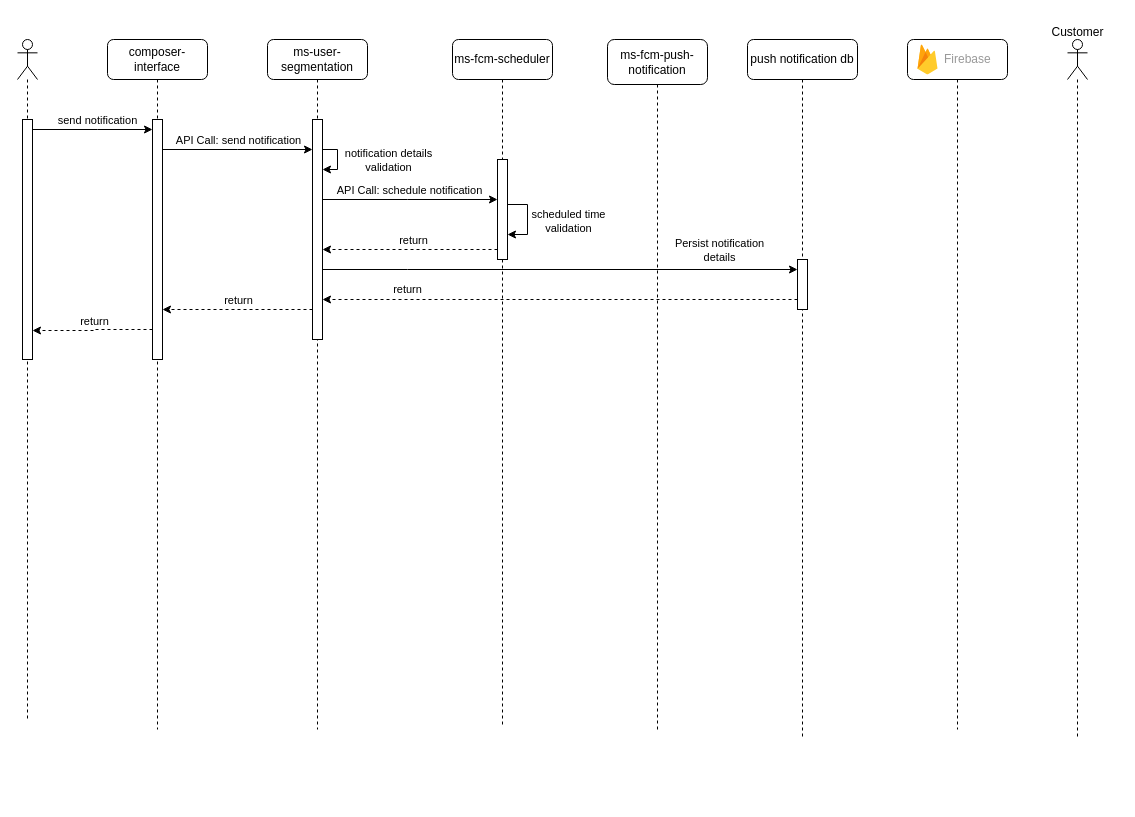
Earlier version of the draw.io diagram page "send notification" (3 of 7) of Untitled Diagram.drawio (Mwangimburu/drawings). Source tidied: cells renumbered, new cells numbered last; positions are measured from the earlier drawing's top-left corner, leaving out a move shared by most shapes. Both pictures are drawn from the tidied source at 100%, with x=0, y=0 at pixel (17, 17).
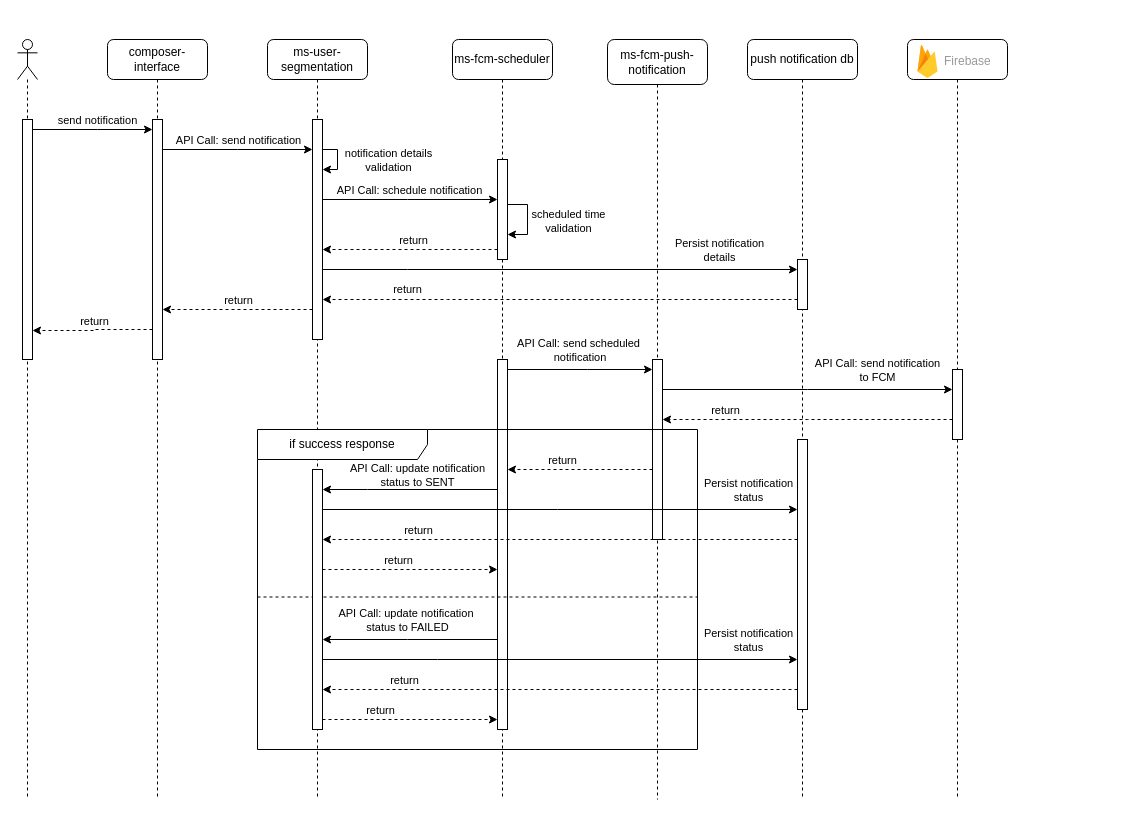
Above is the later version.

The edit, as a diff of the source:
```diff
@@
     <mxCell id="2" value="ms-user-segmentation" style="shape=umlLifeline;perimeter=lifelinePerimeter;whiteSpace=wrap;html=1;newEdgeStyle={&quot;edgeStyle&quot;:&quot;elbowEdgeStyle&quot;,&quot;elbow&quot;:&quot;vertical&quot;,&quot;curved&quot;:0,&quot;rounded&quot;:0};rounded=1;" parent="1" vertex="1">
-      <mxGeometry x="250" y="22" width="100" height="690" as="geometry" />
+      <mxGeometry x="250" y="22" width="100" height="760" as="geometry" />
     </mxCell>
@@
     <mxCell id="6" value="ms-fcm-scheduler" style="shape=umlLifeline;perimeter=lifelinePerimeter;whiteSpace=wrap;html=1;newEdgeStyle={&quot;edgeStyle&quot;:&quot;elbowEdgeStyle&quot;,&quot;elbow&quot;:&quot;vertical&quot;,&quot;curved&quot;:0,&quot;rounded&quot;:0};rounded=1;" parent="1" vertex="1">
-      <mxGeometry x="435" y="22" width="100" height="685" as="geometry" />
+      <mxGeometry x="435" y="22" width="100" height="760" as="geometry" />
     </mxCell>
@@
+    <mxCell id="38" style="html=1;points=[[0,0,0,0,5],[0,1,0,0,-5],[1,0,0,0,5],[1,1,0,0,-5]];perimeter=orthogonalPerimeter;outlineConnect=0;targetShapes=umlLifeline;portConstraint=eastwest;newEdgeStyle={&quot;curved&quot;:0,&quot;rounded&quot;:0};" parent="6" vertex="1">
+      <mxGeometry x="45" y="320" width="10" height="370" as="geometry" />
+    </mxCell>
     <mxCell id="10" value="ms-fcm-push-notification" style="shape=umlLifeline;perimeter=lifelinePerimeter;whiteSpace=wrap;html=1;newEdgeStyle={&quot;edgeStyle&quot;:&quot;elbowEdgeStyle&quot;,&quot;elbow&quot;:&quot;vertical&quot;,&quot;curved&quot;:0,&quot;rounded&quot;:0};rounded=1;size=45;" parent="1" vertex="1">
-      <mxGeometry x="590" y="22" width="100" height="690" as="geometry" />
+      <mxGeometry x="590" y="22" width="100" height="760" as="geometry" />
     </mxCell>
+    <mxCell id="39" style="html=1;points=[[0,0,0,0,5],[0,1,0,0,-5],[1,0,0,0,5],[1,1,0,0,-5]];perimeter=orthogonalPerimeter;outlineConnect=0;targetShapes=umlLifeline;portConstraint=eastwest;newEdgeStyle={&quot;curved&quot;:0,&quot;rounded&quot;:0};" parent="10" vertex="1">
+      <mxGeometry x="45" y="320" width="10" height="180" as="geometry" />
+    </mxCell>
     <mxCell id="11" value="push notification db" style="shape=umlLifeline;perimeter=lifelinePerimeter;whiteSpace=wrap;html=1;newEdgeStyle={&quot;edgeStyle&quot;:&quot;elbowEdgeStyle&quot;,&quot;elbow&quot;:&quot;vertical&quot;,&quot;curved&quot;:0,&quot;rounded&quot;:0};rounded=1;" parent="1" vertex="1">
-      <mxGeometry x="730" y="22" width="110" height="700" as="geometry" />
+      <mxGeometry x="730" y="22" width="110" height="760" as="geometry" />
     </mxCell>
@@
+    <mxCell id="40" style="html=1;points=[[0,0,0,0,5],[0,1,0,0,-5],[1,0,0,0,5],[1,1,0,0,-5]];perimeter=orthogonalPerimeter;outlineConnect=0;targetShapes=umlLifeline;portConstraint=eastwest;newEdgeStyle={&quot;curved&quot;:0,&quot;rounded&quot;:0};" parent="11" vertex="1">
+      <mxGeometry x="50" y="400" width="10" height="270" as="geometry" />
+    </mxCell>
     <mxCell id="13" value="composer-interface" style="shape=umlLifeline;perimeter=lifelinePerimeter;whiteSpace=wrap;html=1;newEdgeStyle={&quot;edgeStyle&quot;:&quot;elbowEdgeStyle&quot;,&quot;elbow&quot;:&quot;vertical&quot;,&quot;curved&quot;:0,&quot;rounded&quot;:0};rounded=1;" parent="1" vertex="1">
-      <mxGeometry x="90" y="22" width="100" height="690" as="geometry" />
+      <mxGeometry x="90" y="22" width="100" height="760" as="geometry" />
     </mxCell>
@@
-    <mxCell id="15" style="shape=umlLifeline;perimeter=lifelinePerimeter;whiteSpace=wrap;html=1;newEdgeStyle={&quot;edgeStyle&quot;:&quot;elbowEdgeStyle&quot;,&quot;elbow&quot;:&quot;vertical&quot;,&quot;curved&quot;:0,&quot;rounded&quot;:0};participant=umlActor;" parent="1" vertex="1">
-      <mxGeometry x="1050" y="22" width="20" height="700" as="geometry" />
-    </mxCell>
-    <mxCell id="16" value="Customer" style="text;html=1;align=center;verticalAlign=middle;strokeColor=none;fillColor=none;" parent="1" vertex="1">
-      <mxGeometry x="1020" width="80" height="30" as="geometry" />
-    </mxCell>
     <mxCell id="17" style="group;rounded=1;" parent="1" vertex="1">
-      <mxGeometry x="890" y="22" width="100" height="690" as="geometry" />
+      <mxGeometry x="890" y="22" width="100" height="760" as="geometry" />
     </mxCell>
     <mxCell id="18" style="shape=umlLifeline;perimeter=lifelinePerimeter;whiteSpace=wrap;html=1;newEdgeStyle={&quot;edgeStyle&quot;:&quot;elbowEdgeStyle&quot;,&quot;elbow&quot;:&quot;vertical&quot;,&quot;curved&quot;:0,&quot;rounded&quot;:0};rounded=1;" parent="17" vertex="1">
-      <mxGeometry width="100" height="690" as="geometry" />
+      <mxGeometry width="100" height="760" as="geometry" />
     </mxCell>
     <mxCell id="19" value="Firebase" style="sketch=0;dashed=0;html=1;fillColor=#5184F3;strokeColor=none;shape=mxgraph.gcp2.firebase;labelPosition=right;verticalLabelPosition=middle;align=left;verticalAlign=middle;spacingLeft=5;fontColor=#999999;fontSize=12;" parent="17" vertex="1">
-      <mxGeometry x="10" y="5" width="20" height="30" as="geometry" />
+      <mxGeometry x="10" y="5.5" width="20" height="33" as="geometry" />
     </mxCell>
+    <mxCell id="41" style="html=1;points=[[0,0,0,0,5],[0,1,0,0,-5],[1,0,0,0,5],[1,1,0,0,-5]];perimeter=orthogonalPerimeter;outlineConnect=0;targetShapes=umlLifeline;portConstraint=eastwest;newEdgeStyle={&quot;curved&quot;:0,&quot;rounded&quot;:0};" parent="17" vertex="1">
+      <mxGeometry x="45" y="330" width="10" height="70" as="geometry" />
+    </mxCell>
     <mxCell id="20" style="shape=umlLifeline;perimeter=lifelinePerimeter;whiteSpace=wrap;html=1;newEdgeStyle={&quot;curved&quot;:0,&quot;rounded&quot;:0};participant=umlActor;" parent="1" vertex="1">
-      <mxGeometry y="22" width="20" height="680" as="geometry" />
+      <mxGeometry y="22" width="20" height="760" as="geometry" />
     </mxCell>
@@
+    <mxCell id="42" style="edgeStyle=orthogonalEdgeStyle;rounded=0;jettySize=auto;html=1;curved=0;" parent="1" edge="1" source="38" target="39">
+      <mxGeometry relative="1" as="geometry">
+        <Array as="points">
+          <mxPoint x="570" y="352" />
+          <mxPoint x="570" y="352" />
+        </Array>
+      </mxGeometry>
+    </mxCell>
+    <mxCell id="43" value="API Call: send scheduled&lt;br&gt;&amp;nbsp;notification" style="edgeLabel;html=1;align=center;verticalAlign=middle;" parent="42" vertex="1">
+      <mxGeometry x="-0.59" y="3" relative="1" as="geometry">
+        <mxPoint x="40" y="-17" as="offset" />
+      </mxGeometry>
+    </mxCell>
+    <mxCell id="44" style="edgeStyle=orthogonalEdgeStyle;rounded=0;jettySize=auto;html=1;curved=0;" parent="1" edge="1" source="39" target="41">
+      <mxGeometry relative="1" as="geometry">
+        <Array as="points">
+          <mxPoint x="790" y="372" />
+          <mxPoint x="790" y="372" />
+        </Array>
+      </mxGeometry>
+    </mxCell>
+    <mxCell id="45" value="API Call: send notification&lt;br&gt;to FCM" style="edgeLabel;html=1;align=center;verticalAlign=middle;" parent="44" vertex="1">
+      <mxGeometry x="0.23" y="2" relative="1" as="geometry">
+        <mxPoint x="36" y="-18" as="offset" />
+      </mxGeometry>
+    </mxCell>
+    <mxCell id="46" style="edgeStyle=orthogonalEdgeStyle;rounded=0;jettySize=auto;html=1;curved=0;dashed=1;" parent="1" edge="1" source="41" target="39">
+      <mxGeometry relative="1" as="geometry">
+        <Array as="points">
+          <mxPoint x="790" y="402" />
+          <mxPoint x="790" y="402" />
+        </Array>
+      </mxGeometry>
+    </mxCell>
+    <mxCell id="47" value="return" style="edgeLabel;html=1;align=center;verticalAlign=middle;" parent="46" vertex="1">
+      <mxGeometry x="0.57" y="-3" relative="1" as="geometry">
+        <mxPoint y="-7" as="offset" />
+      </mxGeometry>
+    </mxCell>
+    <mxCell id="48" style="edgeStyle=orthogonalEdgeStyle;rounded=0;orthogonalLoop=1;jettySize=auto;html=1;curved=0;dashed=1;" parent="1" edge="1">
+      <mxGeometry relative="1" as="geometry">
+        <mxPoint x="635" y="452" as="sourcePoint" />
+        <mxPoint x="490" y="452" as="targetPoint" />
+        <Array as="points">
+          <mxPoint x="635" y="452" />
+          <mxPoint x="490" y="452" />
+        </Array>
+      </mxGeometry>
+    </mxCell>
+    <mxCell id="49" value="return" style="edgeLabel;html=1;align=center;verticalAlign=middle;" parent="48" vertex="1">
+      <mxGeometry x="0.26" y="1" relative="1" as="geometry">
+        <mxPoint y="-11" as="offset" />
+      </mxGeometry>
+    </mxCell>
+    <mxCell id="50" value="if success response" style="shape=umlFrame;whiteSpace=wrap;html=1;width=170;" parent="1" vertex="1">
+      <mxGeometry x="240" y="412" width="440" height="320" as="geometry" />
+    </mxCell>
+    <mxCell id="51" style="line;strokeWidth=1;dashed=1;labelPosition=center;verticalLabelPosition=bottom;align=left;verticalAlign=top;spacingLeft=20;spacingTop=15;html=1;whiteSpace=wrap;" parent="50" vertex="1">
+      <mxGeometry y="125" width="440" height="85" as="geometry" />
+    </mxCell>
+    <mxCell id="52" style="html=1;points=[[0,0,0,0,5],[0,1,0,0,-5],[1,0,0,0,5],[1,1,0,0,-5]];perimeter=orthogonalPerimeter;outlineConnect=0;targetShapes=umlLifeline;portConstraint=eastwest;newEdgeStyle={&quot;curved&quot;:0,&quot;rounded&quot;:0};" parent="50" vertex="1">
+      <mxGeometry x="55" y="40" width="10" height="260" as="geometry" />
+    </mxCell>
+    <mxCell id="53" style="edgeStyle=orthogonalEdgeStyle;rounded=0;jettySize=auto;html=1;curved=0;dashed=1;" parent="50" edge="1" target="38">
+      <mxGeometry relative="1" as="geometry">
+        <mxPoint x="65" y="260" as="sourcePoint" />
+        <Array as="points">
+          <mxPoint x="65" y="290" />
+        </Array>
+      </mxGeometry>
+    </mxCell>
+    <mxCell id="54" value="return" style="edgeLabel;html=1;align=center;verticalAlign=middle;" parent="53" vertex="1">
+      <mxGeometry x="-0.15" y="1" relative="1" as="geometry">
+        <mxPoint y="-9" as="offset" />
+      </mxGeometry>
+    </mxCell>
+    <mxCell id="55" style="edgeStyle=orthogonalEdgeStyle;rounded=0;orthogonalLoop=1;jettySize=auto;html=1;curved=0;" parent="50" edge="1">
+      <mxGeometry relative="1" as="geometry">
+        <mxPoint x="240" y="210" as="sourcePoint" />
+        <mxPoint x="65" y="210" as="targetPoint" />
+        <Array as="points">
+          <mxPoint x="150" y="210" />
+          <mxPoint x="150" y="210" />
+        </Array>
+      </mxGeometry>
+    </mxCell>
+    <mxCell id="56" value="API Call: update notification&amp;nbsp;&lt;br&gt;status to FAILED" style="edgeLabel;html=1;align=center;verticalAlign=middle;" parent="55" vertex="1">
+      <mxGeometry x="0.16" y="-1" relative="1" as="geometry">
+        <mxPoint x="11" y="-19" as="offset" />
+      </mxGeometry>
+    </mxCell>
+    <mxCell id="57" style="edgeStyle=orthogonalEdgeStyle;rounded=0;jettySize=auto;html=1;curved=0;" parent="1" edge="1" source="38" target="52">
+      <mxGeometry relative="1" as="geometry">
+        <Array as="points">
+          <mxPoint x="350" y="472" />
+          <mxPoint x="350" y="472" />
+        </Array>
+      </mxGeometry>
+    </mxCell>
+    <mxCell id="58" value="API Call: update notification&lt;br&gt;status to SENT" style="edgeLabel;html=1;align=center;verticalAlign=middle;" parent="57" vertex="1">
+      <mxGeometry x="0.23" y="1" relative="1" as="geometry">
+        <mxPoint x="27" y="-16" as="offset" />
+      </mxGeometry>
+    </mxCell>
+    <mxCell id="59" style="edgeStyle=orthogonalEdgeStyle;rounded=0;jettySize=auto;html=1;curved=0;dashed=1;" parent="1" edge="1" source="52" target="38">
+      <mxGeometry relative="1" as="geometry">
+        <Array as="points">
+          <mxPoint x="430" y="552" />
+          <mxPoint x="430" y="552" />
+        </Array>
+      </mxGeometry>
+    </mxCell>
+    <mxCell id="60" value="return" style="edgeLabel;html=1;align=center;verticalAlign=middle;" parent="59" vertex="1">
+      <mxGeometry x="-0.28" y="2" relative="1" as="geometry">
+        <mxPoint x="12" y="-8" as="offset" />
+      </mxGeometry>
+    </mxCell>
+    <mxCell id="61" style="edgeStyle=orthogonalEdgeStyle;rounded=0;jettySize=auto;html=1;curved=0;" parent="1" edge="1" source="52" target="40">
+      <mxGeometry relative="1" as="geometry">
+        <Array as="points">
+          <mxPoint x="540" y="492" />
+          <mxPoint x="540" y="492" />
+        </Array>
+      </mxGeometry>
+    </mxCell>
+    <mxCell id="62" value="Persist notification&lt;br&gt;status" style="edgeLabel;html=1;align=center;verticalAlign=middle;" parent="61" vertex="1">
+      <mxGeometry x="0.66" y="-2" relative="1" as="geometry">
+        <mxPoint x="31" y="-22" as="offset" />
+      </mxGeometry>
+    </mxCell>
+    <mxCell id="63" style="edgeStyle=orthogonalEdgeStyle;rounded=0;jettySize=auto;html=1;curved=0;dashed=1;" parent="1" edge="1" source="40" target="52">
+      <mxGeometry relative="1" as="geometry">
+        <Array as="points">
+          <mxPoint x="440" y="522" />
+          <mxPoint x="440" y="522" />
+        </Array>
+      </mxGeometry>
+    </mxCell>
+    <mxCell id="64" value="return" style="edgeLabel;html=1;align=center;verticalAlign=middle;" parent="63" vertex="1">
+      <mxGeometry x="0.62" y="-3" relative="1" as="geometry">
+        <mxPoint x="5" y="-7" as="offset" />
+      </mxGeometry>
+    </mxCell>
+    <mxCell id="65" style="edgeStyle=orthogonalEdgeStyle;rounded=0;jettySize=auto;html=1;curved=0;" parent="1" edge="1" source="52" target="40">
+      <mxGeometry relative="1" as="geometry">
+        <Array as="points">
+          <mxPoint x="420" y="642" />
+          <mxPoint x="420" y="642" />
+        </Array>
+      </mxGeometry>
+    </mxCell>
+    <mxCell id="66" value="Persist notification&lt;br&gt;status" style="edgeLabel;html=1;align=center;verticalAlign=middle;" parent="65" vertex="1">
+      <mxGeometry x="0.75" y="2" relative="1" as="geometry">
+        <mxPoint x="9" y="-18" as="offset" />
+      </mxGeometry>
+    </mxCell>
+    <mxCell id="67" style="edgeStyle=orthogonalEdgeStyle;rounded=0;jettySize=auto;html=1;curved=0;dashed=1;" parent="1" edge="1" source="40" target="52">
+      <mxGeometry relative="1" as="geometry">
+        <Array as="points">
+          <mxPoint x="420" y="672" />
+          <mxPoint x="420" y="672" />
+        </Array>
+      </mxGeometry>
+    </mxCell>
+    <mxCell id="68" value="return" style="edgeLabel;html=1;align=center;verticalAlign=middle;" parent="67" vertex="1">
+      <mxGeometry x="0.66" relative="1" as="geometry">
+        <mxPoint y="-10" as="offset" />
+      </mxGeometry>
+    </mxCell>
```
